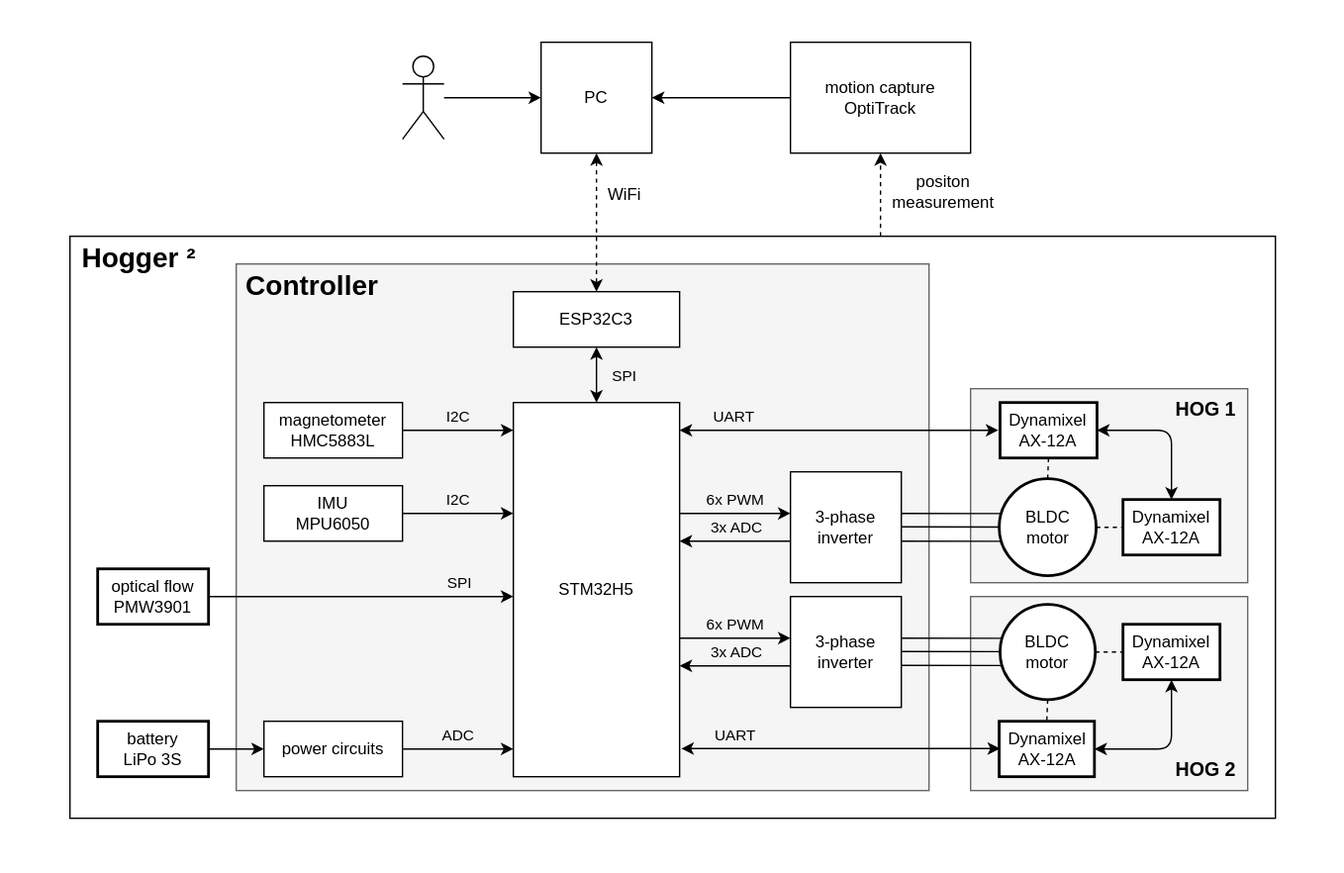
Earlier version of the draw.io export docs/hardware.drawio.svg (Eryk-Mozdzen/hogger2). Source tidied: cells renumbered, new cells last; positions are measured from the earlier drawing's top-left corner, leaving out a move shared by most shapes.
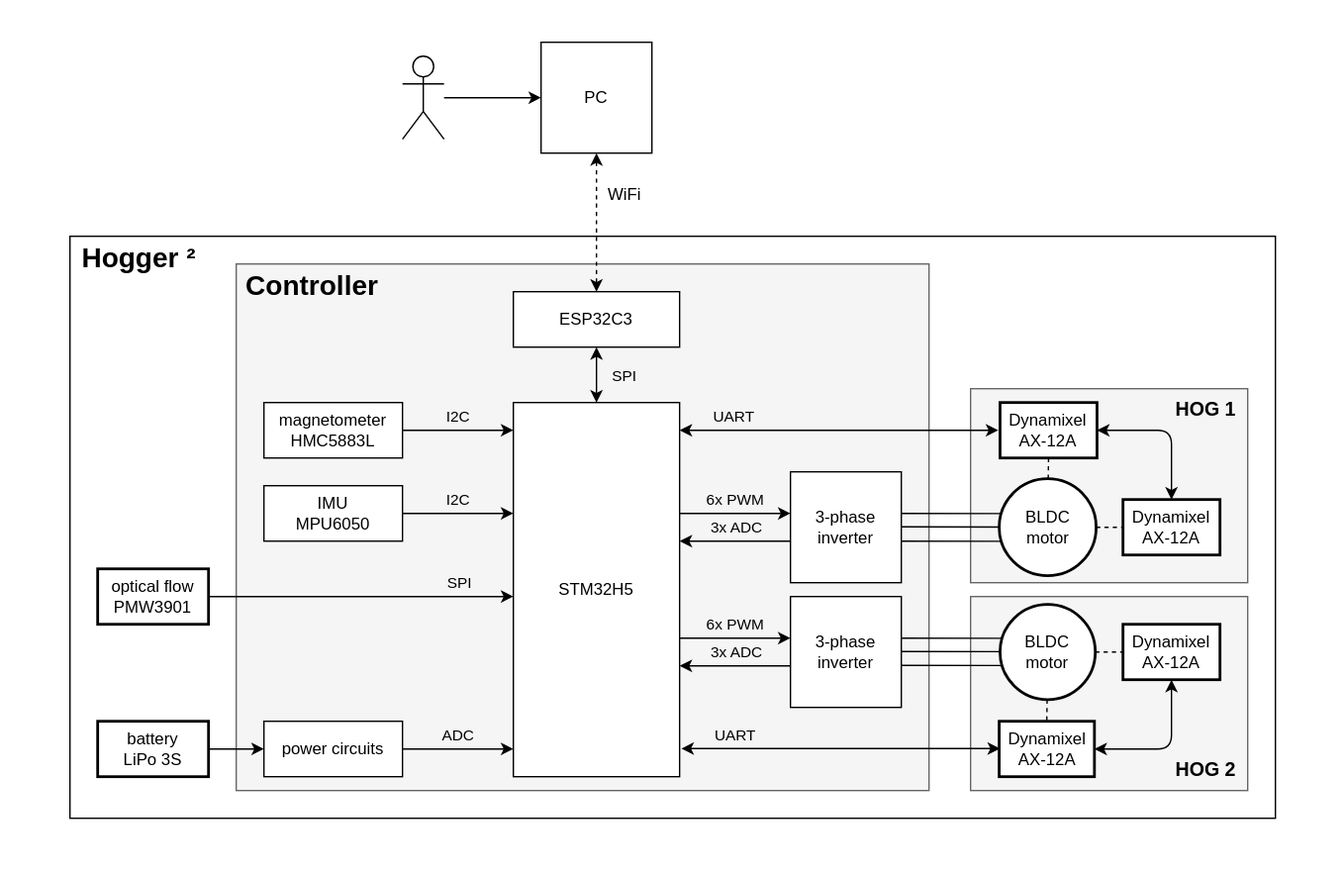
The same diagram one commit later.

Commit message:
remove motion capture from schematic

Change to the diagram source:
```diff
@@ -234,9 +234,6 @@
     <mxCell id="55" style="shape=umlActor;verticalLabelPosition=bottom;verticalAlign=top;html=1;outlineConnect=0;" parent="1" vertex="1">
       <mxGeometry x="290" y="40" width="30" height="60" as="geometry" />
     </mxCell>
-    <mxCell id="56" value="motion capture&lt;br&gt;OptiTrack" style="rounded=0;whiteSpace=wrap;html=1;labelBackgroundColor=none;strokeWidth=1;fontSize=12;" parent="1" vertex="1">
-      <mxGeometry x="570" y="30" width="130" height="80" as="geometry" />
-    </mxCell>
     <mxCell id="57" style="endArrow=classic;startArrow=classic;html=1;dashed=1;entryX=0.5;entryY=0;entryDx=0;entryDy=0;exitX=0.5;exitY=1;exitDx=0;exitDy=0;" parent="1" edge="1" source="53" target="37">
       <mxGeometry relative="1" as="geometry" />
     </mxCell>
@@ -245,19 +242,6 @@
         <mxPoint x="18" as="offset" />
       </mxGeometry>
     </mxCell>
-    <mxCell id="59" style="endArrow=classic;html=1;fontSize=12;dashed=1;entryX=0.5;entryY=1;entryDx=0;entryDy=0;" parent="1" edge="1" target="56">
-      <mxGeometry relative="1" as="geometry">
-        <mxPoint x="635" y="170" as="sourcePoint" />
-      </mxGeometry>
-    </mxCell>
-    <mxCell id="60" value="&lt;span style=&quot;font-size: 12px;&quot;&gt;positon&lt;br&gt;measurement&lt;/span&gt;" style="edgeLabel;html=1;align=center;verticalAlign=middle;" parent="59" vertex="1">
-      <mxGeometry x="-0.23" y="1" relative="1" as="geometry">
-        <mxPoint x="46" y="-9" as="offset" />
-      </mxGeometry>
-    </mxCell>
-    <mxCell id="61" style="endArrow=classic;html=1;fontSize=12;exitX=0;exitY=0.5;exitDx=0;exitDy=0;entryX=1;entryY=0.5;entryDx=0;entryDy=0;" parent="1" edge="1" source="56" target="53">
-      <mxGeometry relative="1" as="geometry" />
-    </mxCell>
     <mxCell id="62" style="endArrow=none;dashed=1;html=1;entryX=0;entryY=0.5;entryDx=0;entryDy=0;" parent="1" edge="1" source="50" target="13">
       <mxGeometry relative="1" as="geometry" />
     </mxCell>
```
